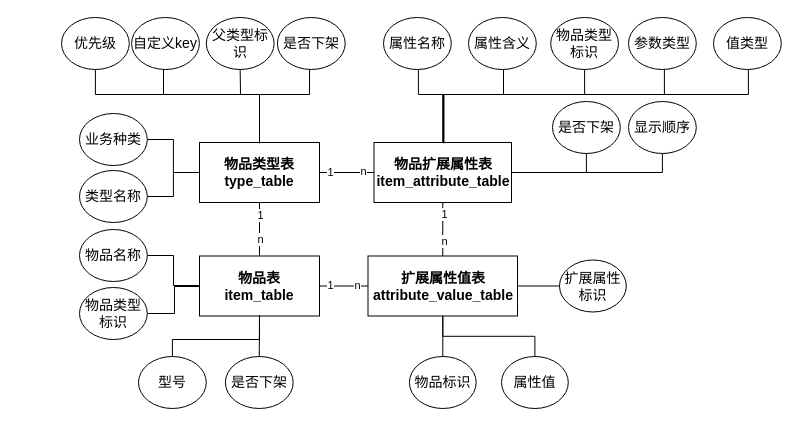
The draw.io diagram 存储模型ER图.drawio in sjxbg/xmindfile, before the edit. Source tidied: cells renumbered, new cells numbered last; positions are measured from the earlier drawing's top-left corner, leaving out a move shared by most shapes. Both pictures are drawn from the tidied source at 100%, with x=0, y=0 at pixel (61, 17).
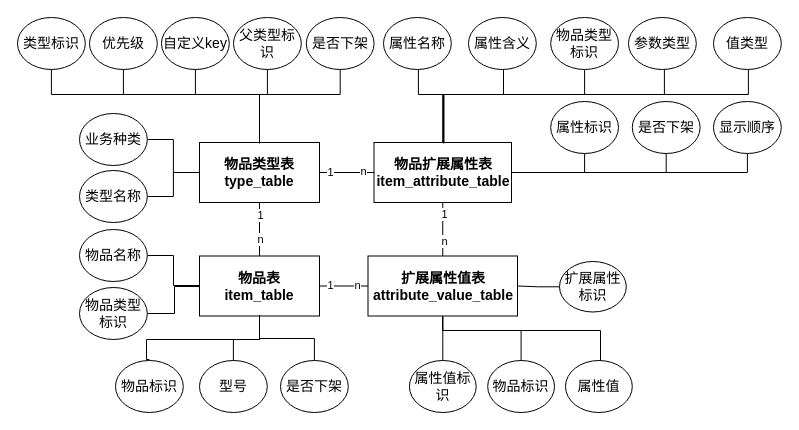
Above is the later version.

Commit message:
更新存储模型ER图.drawio

Unchanged cells that the change refers to:
```xml
<mxCell id="5" value="物品类型表&lt;br&gt;type_table" style="rounded=0;whiteSpace=wrap;html=1;fontStyle=1;fontSize=14;" parent="1" vertex="1">
  <mxGeometry x="138" y="125" width="120" height="60" as="geometry" />
</mxCell>
<mxCell id="10" value="物品扩展属性表&lt;br&gt;item_attribute_table" style="rounded=0;whiteSpace=wrap;html=1;fontStyle=1;fontSize=14;" parent="1" vertex="1">
  <mxGeometry x="312.5" y="125" width="137.5" height="60" as="geometry" />
</mxCell>
<mxCell id="14" value="物品表&lt;br&gt;item_table" style="rounded=0;whiteSpace=wrap;html=1;fontStyle=1;fontSize=14;" parent="1" vertex="1">
  <mxGeometry x="138" y="238.5" width="120" height="60" as="geometry" />
</mxCell>
<mxCell id="15" value="扩展属性值表&lt;br&gt;attribute_value_table" style="rounded=0;whiteSpace=wrap;html=1;fontStyle=1;fontSize=14;" parent="1" vertex="1">
  <mxGeometry x="306.5" y="238.5" width="149.5" height="60" as="geometry" />
</mxCell>
```

What changed in the source:
```diff
@@
     <mxCell id="22" style="edgeStyle=orthogonalEdgeStyle;rounded=0;jettySize=auto;html=1;endArrow=none;endFill=0;exitX=0.5;exitY=1;exitDx=0;exitDy=0;" parent="1" edge="1" source="23">
       <mxGeometry relative="1" as="geometry">
         <mxPoint x="180" y="125" as="targetPoint" />
         <Array as="points">
-          <mxPoint x="34" y="77" />
+          <mxPoint x="62" y="77" />
           <mxPoint x="198" y="77" />
           <mxPoint x="198" y="125" />
         </Array>
       </mxGeometry>
     </mxCell>
     <mxCell id="23" value="优先级" style="ellipse;whiteSpace=wrap;html=1;fontStyle=0;fontSize=14;" parent="1" vertex="1">
-      <mxGeometry width="67.8" height="52" as="geometry" />
+      <mxGeometry x="28" width="67.8" height="52" as="geometry" />
     </mxCell>
     <mxCell id="24" style="edgeStyle=orthogonalEdgeStyle;rounded=0;jettySize=auto;html=1;endArrow=none;endFill=0;exitX=0.5;exitY=1;exitDx=0;exitDy=0;" parent="1" edge="1" source="25">
       <mxGeometry relative="1" as="geometry">
         <mxPoint x="164" y="125" as="targetPoint" />
         <Array as="points">
-          <mxPoint x="102" y="52" />
-          <mxPoint x="102" y="77" />
+          <mxPoint x="134" y="77" />
           <mxPoint x="198" y="77" />
           <mxPoint x="198" y="125" />
         </Array>
       </mxGeometry>
     </mxCell>
     <mxCell id="25" value="自定义key" style="ellipse;whiteSpace=wrap;html=1;fontStyle=0;fontSize=14;" parent="1" vertex="1">
-      <mxGeometry x="70.1" width="67.8" height="52" as="geometry" />
+      <mxGeometry x="100" width="67.8" height="52" as="geometry" />
     </mxCell>
     <mxCell id="26" style="edgeStyle=orthogonalEdgeStyle;rounded=0;jettySize=auto;html=1;endArrow=none;endFill=0;exitX=0.5;exitY=1;exitDx=0;exitDy=0;" parent="1" edge="1" source="27">
       <mxGeometry relative="1" as="geometry">
         <mxPoint x="198" y="126" as="targetPoint" />
         <Array as="points">
-          <mxPoint x="248" y="77" />
+          <mxPoint x="279" y="77" />
           <mxPoint x="198" y="77" />
         </Array>
       </mxGeometry>
     </mxCell>
     <mxCell id="27" value="是否下架" style="ellipse;whiteSpace=wrap;html=1;fontStyle=0;fontSize=14;" parent="1" vertex="1">
-      <mxGeometry x="215.9" width="67.8" height="52" as="geometry" />
+      <mxGeometry x="244.8" width="67.8" height="52" as="geometry" />
     </mxCell>
@@
     <mxCell id="35" style="edgeStyle=orthogonalEdgeStyle;rounded=0;jettySize=auto;html=1;entryX=1;entryY=0.5;entryDx=0;entryDy=0;endArrow=none;endFill=0;exitX=0.5;exitY=1;exitDx=0;exitDy=0;" parent="1" edge="1" source="36" target="10">
       <mxGeometry relative="1" as="geometry">
         <Array as="points">
-          <mxPoint x="601" y="155" />
+          <mxPoint x="686" y="155" />
         </Array>
       </mxGeometry>
     </mxCell>
     <mxCell id="36" value="显示顺序" style="ellipse;whiteSpace=wrap;html=1;fontStyle=0;fontSize=14;" parent="1" vertex="1">
-      <mxGeometry x="567" y="84" width="67.8" height="52" as="geometry" />
+      <mxGeometry x="652" y="84" width="67.8" height="52" as="geometry" />
     </mxCell>
     <mxCell id="37" style="edgeStyle=orthogonalEdgeStyle;rounded=0;jettySize=auto;html=1;entryX=1;entryY=0.5;entryDx=0;entryDy=0;endArrow=none;endFill=0;exitX=0.5;exitY=1;exitDx=0;exitDy=0;" parent="1" edge="1" source="38" target="10">
       <mxGeometry relative="1" as="geometry">
         <Array as="points">
-          <mxPoint x="525" y="155" />
+          <mxPoint x="605" y="155" />
         </Array>
       </mxGeometry>
     </mxCell>
     <mxCell id="38" value="是否下架" style="ellipse;whiteSpace=wrap;html=1;fontStyle=0;fontSize=14;" parent="1" vertex="1">
-      <mxGeometry x="491" y="84" width="67.8" height="52" as="geometry" />
+      <mxGeometry x="570.8" y="84" width="67.8" height="52" as="geometry" />
     </mxCell>
@@
     <mxCell id="44" style="edgeStyle=orthogonalEdgeStyle;rounded=0;jettySize=auto;html=1;endArrow=none;endFill=0;exitX=0.5;exitY=0;exitDx=0;exitDy=0;" parent="1" edge="1" source="45">
       <mxGeometry relative="1" as="geometry">
         <mxPoint x="198" y="297.5" as="targetPoint" />
         <Array as="points">
-          <mxPoint x="198" y="331" />
-          <mxPoint x="198" y="331" />
+          <mxPoint x="253" y="321" />
+          <mxPoint x="198" y="321" />
         </Array>
       </mxGeometry>
     </mxCell>
     <mxCell id="45" value="是否下架" style="ellipse;whiteSpace=wrap;html=1;fontStyle=0;fontSize=14;" parent="1" vertex="1">
-      <mxGeometry x="163.9" y="339" width="67.8" height="52" as="geometry" />
+      <mxGeometry x="219" y="343" width="67.8" height="52" as="geometry" />
     </mxCell>
     <mxCell id="46" style="edgeStyle=orthogonalEdgeStyle;rounded=0;jettySize=auto;html=1;entryX=0.5;entryY=1;entryDx=0;entryDy=0;endArrow=none;endFill=0;exitX=0.5;exitY=0;exitDx=0;exitDy=0;" parent="1" edge="1" source="47" target="14">
       <mxGeometry relative="1" as="geometry">
         <Array as="points">
-          <mxPoint x="111" y="322" />
+          <mxPoint x="172" y="322" />
           <mxPoint x="198" y="322" />
         </Array>
       </mxGeometry>
     </mxCell>
     <mxCell id="47" value="型号" style="ellipse;whiteSpace=wrap;html=1;fontStyle=0;fontSize=14;" parent="1" vertex="1">
-      <mxGeometry x="77" y="339" width="67.8" height="52" as="geometry" />
+      <mxGeometry x="138" y="343" width="67.8" height="52" as="geometry" />
     </mxCell>
@@
     <mxCell id="50" style="edgeStyle=orthogonalEdgeStyle;rounded=0;jettySize=auto;html=1;endArrow=none;endFill=0;" parent="1" edge="1" source="51" target="15">
-      <mxGeometry relative="1" as="geometry" />
+      <mxGeometry relative="1" as="geometry">
+        <Array as="points">
+          <mxPoint x="539" y="313" />
+          <mxPoint x="381" y="313" />
+        </Array>
+      </mxGeometry>
     </mxCell>
     <mxCell id="51" value="属性值" style="ellipse;whiteSpace=wrap;html=1;fontStyle=0;fontSize=14;" parent="1" vertex="1">
-      <mxGeometry x="440" y="339" width="66.8" height="52" as="geometry" />
+      <mxGeometry x="504" y="343" width="66.8" height="52" as="geometry" />
     </mxCell>
-    <mxCell id="52" style="edgeStyle=orthogonalEdgeStyle;rounded=0;jettySize=auto;html=1;endArrow=none;endFill=0;exitX=0.5;exitY=0;exitDx=0;exitDy=0;" parent="1" edge="1" source="53" target="15">
+    <mxCell id="52" style="edgeStyle=orthogonalEdgeStyle;rounded=0;jettySize=auto;html=1;endArrow=none;endFill=0;exitX=0.5;exitY=0;exitDx=0;exitDy=0;entryX=0.5;entryY=1;entryDx=0;entryDy=0;" parent="1" edge="1" source="53" target="15">
       <mxGeometry relative="1" as="geometry">
         <Array as="points">
-          <mxPoint x="381" y="347" />
+          <mxPoint x="460" y="313" />
+          <mxPoint x="381" y="313" />
         </Array>
       </mxGeometry>
     </mxCell>
     <mxCell id="53" value="物品标识" style="ellipse;whiteSpace=wrap;html=1;fontStyle=0;fontSize=14;" parent="1" vertex="1">
-      <mxGeometry x="347.9" y="339" width="66.8" height="52" as="geometry" />
+      <mxGeometry x="426.2" y="343" width="66.8" height="52" as="geometry" />
     </mxCell>
@@
     <mxCell id="55" value="扩展属性标识" style="ellipse;whiteSpace=wrap;html=1;fontStyle=0;fontSize=14;" parent="1" vertex="1">
-      <mxGeometry x="498" y="242.5" width="66.8" height="52" as="geometry" />
+      <mxGeometry x="498" y="244" width="66.8" height="50.5" as="geometry" />
     </mxCell>
     <mxCell id="56" style="edgeStyle=orthogonalEdgeStyle;rounded=0;jettySize=auto;html=1;exitX=0.5;exitY=1;exitDx=0;exitDy=0;endArrow=none;endFill=0;" parent="1" edge="1" source="57" target="5">
       <mxGeometry relative="1" as="geometry">
         <Array as="points">
-          <mxPoint x="179" y="54" />
-          <mxPoint x="179" y="77" />
+          <mxPoint x="206" y="77" />
           <mxPoint x="198" y="77" />
         </Array>
       </mxGeometry>
     </mxCell>
     <mxCell id="57" value="父类型标识" style="ellipse;whiteSpace=wrap;html=1;fontStyle=0;fontSize=14;" parent="1" vertex="1">
-      <mxGeometry x="144.8" width="67.8" height="52" as="geometry" />
+      <mxGeometry x="172" width="67.8" height="52" as="geometry" />
     </mxCell>
+    <mxCell id="58" style="edgeStyle=orthogonalEdgeStyle;rounded=0;jettySize=auto;html=1;entryX=0.5;entryY=0;entryDx=0;entryDy=0;endArrow=none;endFill=0;" parent="1" edge="1" source="59" target="5">
+      <mxGeometry relative="1" as="geometry">
+        <Array as="points">
+          <mxPoint x="-10" y="77" />
+          <mxPoint x="198" y="77" />
+        </Array>
+      </mxGeometry>
+    </mxCell>
+    <mxCell id="59" value="类型标识" style="ellipse;whiteSpace=wrap;html=1;fontStyle=0;fontSize=14;" parent="1" vertex="1">
+      <mxGeometry x="-44" width="67.8" height="52" as="geometry" />
+    </mxCell>
+    <mxCell id="60" style="edgeStyle=orthogonalEdgeStyle;rounded=0;orthogonalLoop=1;jettySize=auto;html=1;entryX=0.5;entryY=1;entryDx=0;entryDy=0;endArrow=none;endFill=0;exitX=0.5;exitY=0;exitDx=0;exitDy=0;" parent="1" edge="1">
+      <mxGeometry relative="1" as="geometry">
+        <mxPoint x="87.9" y="342" as="sourcePoint" />
+        <mxPoint x="198" y="297.5" as="targetPoint" />
+        <Array as="points">
+          <mxPoint x="85" y="342" />
+          <mxPoint x="85" y="322" />
+          <mxPoint x="198" y="322" />
+        </Array>
+      </mxGeometry>
+    </mxCell>
+    <mxCell id="61" value="物品标识" style="ellipse;whiteSpace=wrap;html=1;fontStyle=0;fontSize=14;" parent="1" vertex="1">
+      <mxGeometry x="54" y="343" width="67.8" height="52" as="geometry" />
+    </mxCell>
+    <mxCell id="62" style="edgeStyle=orthogonalEdgeStyle;rounded=0;jettySize=auto;html=1;endArrow=none;endFill=0;" parent="1" edge="1" source="63" target="15">
+      <mxGeometry relative="1" as="geometry" />
+    </mxCell>
+    <mxCell id="63" value="属性值标识" style="ellipse;whiteSpace=wrap;html=1;fontStyle=0;fontSize=14;" parent="1" vertex="1">
+      <mxGeometry x="347.9" y="343" width="66.8" height="52" as="geometry" />
+    </mxCell>
+    <mxCell id="64" style="edgeStyle=orthogonalEdgeStyle;rounded=0;jettySize=auto;html=1;entryX=1;entryY=0.5;entryDx=0;entryDy=0;exitX=0.5;exitY=1;exitDx=0;exitDy=0;endArrow=none;endFill=0;" parent="1" edge="1" source="65" target="10">
+      <mxGeometry relative="1" as="geometry">
+        <Array as="points">
+          <mxPoint x="523" y="155" />
+        </Array>
+      </mxGeometry>
+    </mxCell>
+    <mxCell id="65" value="属性标识" style="ellipse;whiteSpace=wrap;html=1;fontStyle=0;fontSize=14;" parent="1" vertex="1">
+      <mxGeometry x="489.2" y="84" width="67.8" height="52" as="geometry" />
+    </mxCell>
```
